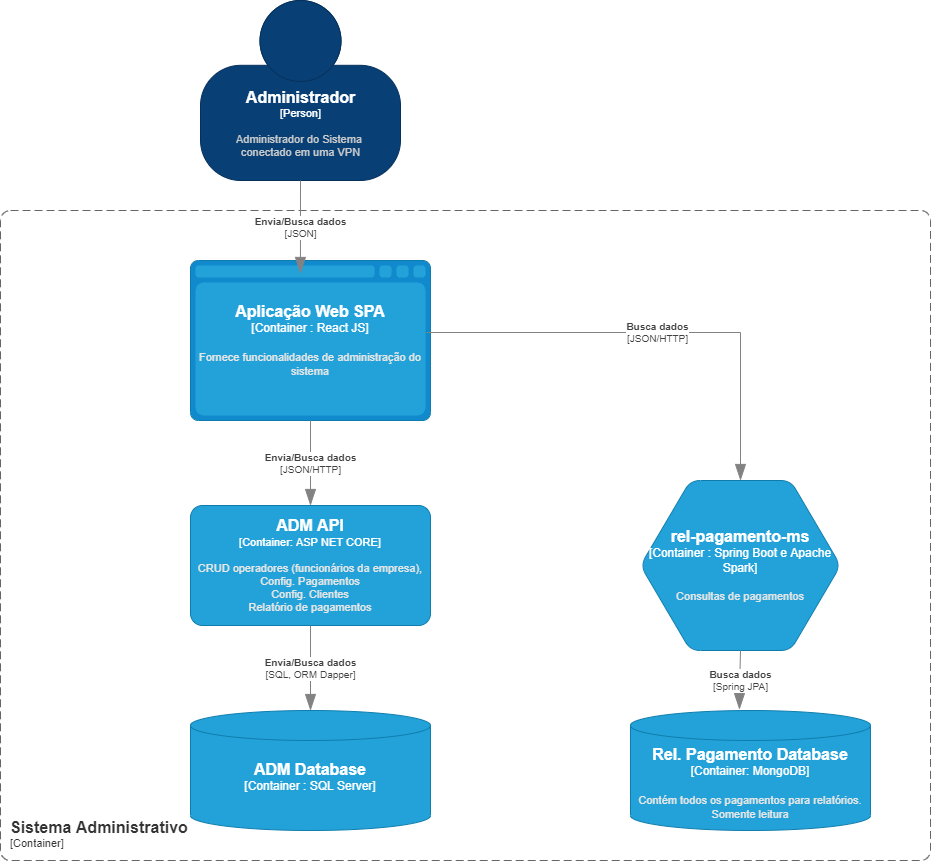
This is Container_Administrador.drawio.png from felipesalvadordev/payment-system-architecture-C4, a draw.io export, as it was before one commit. Source tidied: cells renumbered, new cells last; positions are measured from the earlier drawing's top-left corner, leaving out a move shared by most shapes.
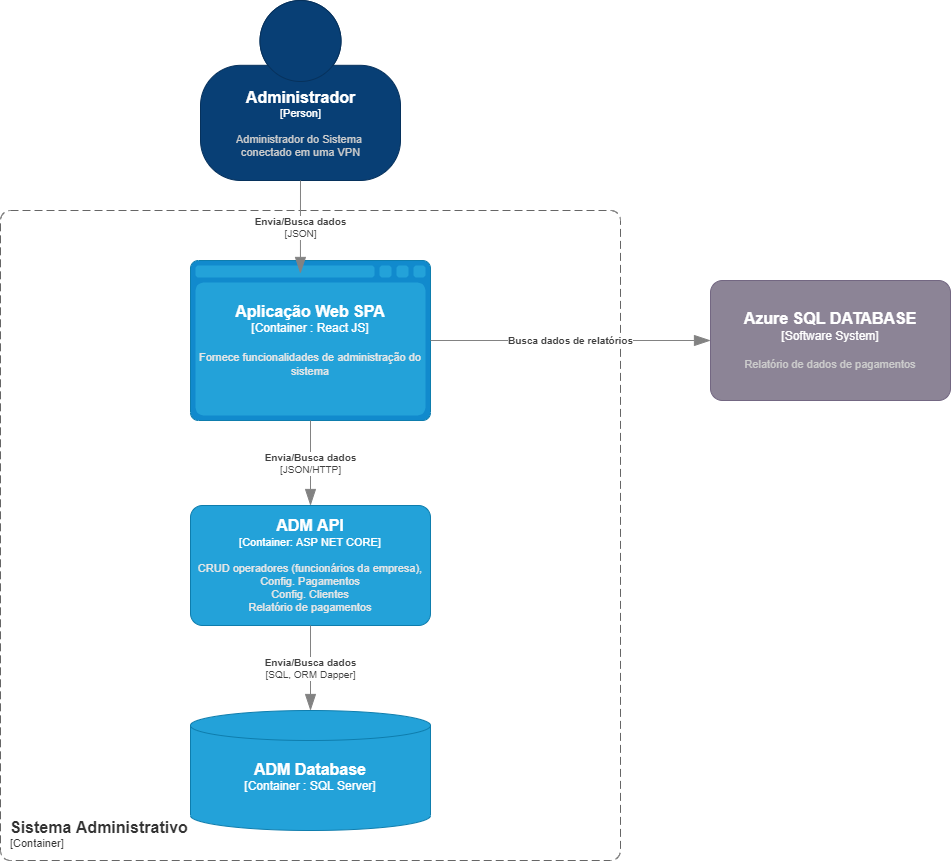
After the change.

Change to the diagram source:
```diff
@@ -17,31 +17,16 @@
         <mxGeometry x="190" y="710" width="240" height="120" as="geometry" />
       </mxCell>
     </object>
-    <object id="5" label="&lt;font style=&quot;font-size: 16px&quot;&gt;&lt;b&gt;%c4Type%&lt;/font&gt;&lt;div&gt;[%c4Container%:&amp;nbsp;%c4Technology%]&lt;/div&gt;&lt;br&gt;&lt;div&gt;&lt;font style=&quot;font-size: 11px&quot;&gt;&lt;font color=&quot;#E6E6E6&quot;&gt;%c4Description%&lt;/font&gt;&lt;/div&gt;" c4Container="Container" c4Description="Contém todos os pagamentos para relatórios.&#10;Somente leitura" c4Technology="MongoDB" c4Type="Rel. Pagamento Database" placeholders="1">
-      <mxCell style="shape=cylinder3;size=15;whiteSpace=wrap;html=1;boundedLbl=1;rounded=0;labelBackgroundColor=none;fillColor=#23A2D9;fontSize=12;fontColor=#ffffff;align=center;strokeColor=#0E7DAD;points=[[0.5,0,0],[1,0.25,0],[1,0.5,0],[1,0.75,0],[0.5,1,0],[0,0.75,0],[0,0.5,0],[0,0.25,0]];" parent="1" vertex="1">
-        <mxGeometry x="630" y="710" width="240" height="120" as="geometry" />
-      </mxCell>
-    </object>
     <object id="6" label="&lt;font style=&quot;font-size: 16px&quot;&gt;&lt;b&gt;&lt;div style=&quot;text-align: left&quot;&gt;%c4Name%&lt;/div&gt;&lt;/b&gt;&lt;/font&gt;&lt;div style=&quot;text-align: left&quot;&gt;[%c4Application%]&lt;/div&gt;" c4Application="Container" c4Name="Sistema Administrativo" c4Type="SystemScopeBoundary" placeholders="1">
       <mxCell style="rounded=1;fontSize=11;whiteSpace=wrap;html=1;dashed=1;arcSize=20;fillColor=none;strokeColor=#666666;fontColor=#333333;labelBackgroundColor=none;align=left;verticalAlign=bottom;labelBorderColor=none;spacingTop=0;spacing=10;dashPattern=8 4;perimeter=rectanglePerimeter;noLabel=0;labelPadding=0;absoluteArcSize=1;" parent="1" vertex="1">
-        <mxGeometry y="210" width="930" height="650" as="geometry" />
+        <mxGeometry y="210" width="620" height="650" as="geometry" />
       </mxCell>
     </object>
-    <object id="7" label="&lt;font style=&quot;font-size: 16px&quot;&gt;&lt;b&gt;%c4Type%&lt;/font&gt;&lt;div&gt;[%c4Container%:&amp;nbsp;%c4Technology%]&lt;/div&gt;&lt;br&gt;&lt;div&gt;&lt;font style=&quot;font-size: 11px&quot;&gt;&lt;font color=&quot;#E6E6E6&quot;&gt;%c4Description%&lt;/font&gt;&lt;/div&gt;" c4Container="Container " c4Description="Consultas de pagamentos" c4Technology="Spring Boot e Apache Spark" c4Type="rel-pagamento-ms" placeholders="1">
-      <mxCell style="shape=hexagon;size=50;perimeter=hexagonPerimeter2;whiteSpace=wrap;html=1;fixedSize=1;rounded=1;labelBackgroundColor=none;fillColor=#23A2D9;fontSize=12;fontColor=#ffffff;align=center;strokeColor=#0E7DAD;points=[[0.5,0,0],[1,0.25,0],[1,0.5,0],[1,0.75,0],[0.5,1,0],[0,0.75,0],[0,0.5,0],[0,0.25,0]];" parent="1" vertex="1">
-        <mxGeometry x="640" y="480" width="200" height="170" as="geometry" />
-      </mxCell>
-    </object>
     <object id="8" label="&lt;font style=&quot;font-size: 16px&quot;&gt;&lt;b&gt;%c4Name%&lt;/b&gt;&lt;/font&gt;&lt;div&gt;[%c4Type%: %c4Technology%]&lt;/div&gt;&lt;br&gt;&lt;div&gt;&lt;font style=&quot;font-size: 11px&quot;&gt;&lt;font color=&quot;#E6E6E6&quot;&gt;%c4Description%&lt;/font&gt;&lt;/div&gt;" c4Description="CRUD operadores (funcionários da empresa),&#10;Config. Pagamentos&#10;Config. Clientes&#10;Relatório de pagamentos" c4Name="ADM API" c4Technology="ASP NET CORE" c4Type="Container" placeholders="1">
       <mxCell style="rounded=1;whiteSpace=wrap;html=1;fontSize=11;labelBackgroundColor=none;fillColor=#23A2D9;fontColor=#ffffff;align=center;arcSize=10;strokeColor=#0E7DAD;points=[[0.25,0,0],[0.5,0,0],[0.75,0,0],[1,0.25,0],[1,0.5,0],[1,0.75,0],[0.75,1,0],[0.5,1,0],[0.25,1,0],[0,0.75,0],[0,0.5,0],[0,0.25,0]];" parent="1" vertex="1">
         <mxGeometry x="190" y="505" width="240" height="120" as="geometry" />
       </mxCell>
     </object>
-    <object id="9" label="&lt;div style=&quot;text-align: left&quot;&gt;&lt;div style=&quot;text-align: center&quot;&gt;&lt;b&gt;%c4Description%&lt;/b&gt;&lt;/div&gt;&lt;div style=&quot;text-align: center&quot;&gt;[%c4Technology%]&lt;/div&gt;&lt;/div&gt;" c4Description="Busca dados" c4Technology="JSON/HTTP" c4Type="Relationship" placeholders="1">
-      <mxCell style="endArrow=blockThin;html=1;fontSize=10;fontColor=#404040;strokeWidth=1;endFill=1;strokeColor=#828282;elbow=vertical;endSize=14;startSize=14;jumpStyle=arc;jumpSize=16;rounded=0;edgeStyle=orthogonalEdgeStyle;exitX=0.983;exitY=0.45;exitDx=0;exitDy=0;exitPerimeter=0;" parent="1" edge="1" source="3" target="7">
-        <mxGeometry relative="1" as="geometry" />
-      </mxCell>
-    </object>
     <object id="10" label="&lt;div style=&quot;text-align: left&quot;&gt;&lt;div style=&quot;text-align: center&quot;&gt;&lt;b&gt;%c4Description%&lt;/b&gt;&lt;/div&gt;&lt;div style=&quot;text-align: center&quot;&gt;[%c4Technology%]&lt;/div&gt;&lt;/div&gt;" c4Description="Envia/Busca dados" c4Technology="SQL, ORM Dapper" c4Type="Relationship" placeholders="1">
       <mxCell style="endArrow=blockThin;html=1;fontSize=10;fontColor=#404040;strokeWidth=1;endFill=1;strokeColor=#828282;elbow=vertical;endSize=14;startSize=14;jumpStyle=arc;jumpSize=16;rounded=0;edgeStyle=orthogonalEdgeStyle;" parent="1" edge="1" source="8" target="4">
         <mxGeometry relative="1" as="geometry" />
@@ -59,10 +44,15 @@
         <mxGeometry relative="1" as="geometry" />
       </mxCell>
     </object>
-    <object id="13" label="&lt;div style=&quot;text-align: left&quot;&gt;&lt;div style=&quot;text-align: center&quot;&gt;&lt;b&gt;%c4Description%&lt;/b&gt;&lt;/div&gt;&lt;div style=&quot;text-align: center&quot;&gt;[%c4Technology%]&lt;/div&gt;&lt;/div&gt;" c4Description="Busca dados" c4Technology="Spring JPA" c4Type="Relationship" placeholders="1">
-      <mxCell style="endArrow=blockThin;html=1;fontSize=10;fontColor=#404040;strokeWidth=1;endFill=1;strokeColor=#828282;elbow=vertical;endSize=14;startSize=14;jumpStyle=arc;jumpSize=16;rounded=0;edgeStyle=orthogonalEdgeStyle;entryX=0.454;entryY=-0.008;entryDx=0;entryDy=0;entryPerimeter=0;" parent="1" edge="1" source="7" target="5">
-        <mxGeometry relative="1" as="geometry" />
-      </mxCell>
-    </object>
+    <object id="14" label="&lt;font style=&quot;font-size: 16px&quot;&gt;&lt;b&gt;%c4Name%&lt;/b&gt;&lt;/font&gt;&lt;div&gt;[%c4Type%]&lt;/div&gt;&lt;br&gt;&lt;div&gt;&lt;font style=&quot;font-size: 11px&quot;&gt;&lt;font color=&quot;#cccccc&quot;&gt;%c4Description%&lt;/font&gt;&lt;/div&gt;" c4Description="Relatório de dados de pagamentos" c4Name="Azure SQL DATABASE" c4Type="Software System" placeholders="1">
+      <mxCell style="rounded=1;whiteSpace=wrap;html=1;labelBackgroundColor=none;fillColor=#8C8496;fontColor=#ffffff;align=center;arcSize=10;strokeColor=#736782;points=[[0.25,0,0],[0.5,0,0],[0.75,0,0],[1,0.25,0],[1,0.5,0],[1,0.75,0],[0.75,1,0],[0.5,1,0],[0.25,1,0],[0,0.75,0],[0,0.5,0],[0,0.25,0]];" parent="1" vertex="1">
+        <mxGeometry x="710" y="280" width="240" height="120" as="geometry" />
+      </mxCell>
+    </object>
+    <object id="15" label="&lt;div style=&quot;text-align: left&quot;&gt;&lt;div style=&quot;text-align: center&quot;&gt;&lt;b&gt;%c4Description%&lt;/b&gt;&lt;/div&gt;" c4Description="Busca dados de relatórios" c4Type="Relationship" placeholders="1">
+      <mxCell style="endArrow=blockThin;html=1;fontSize=10;fontColor=#404040;strokeWidth=1;endFill=1;strokeColor=#828282;elbow=vertical;endSize=14;startSize=14;jumpStyle=arc;jumpSize=16;rounded=0;edgeStyle=orthogonalEdgeStyle;entryX=0;entryY=0.5;entryDx=0;entryDy=0;entryPerimeter=0;" parent="1" edge="1" source="3" target="14">
+        <mxGeometry relative="1" as="geometry" />
+      </mxCell>
+    </object>
   </root>
 </mxGraphModel>
```
